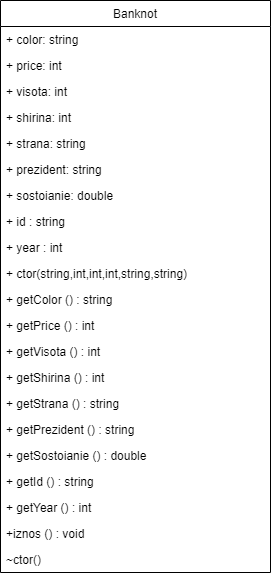
Earlier version of the draw.io export Untitled Diagram.drawio.png (Bel1for/banknot). Source tidied: cells renumbered, new cells last; positions are measured from the earlier drawing's top-left corner, leaving out a move shared by most shapes.
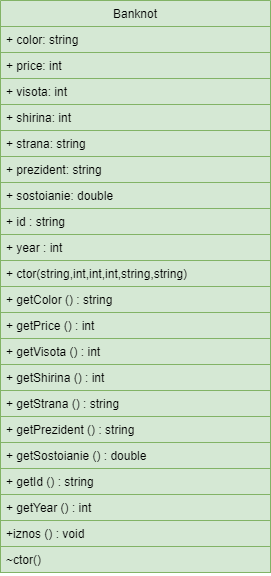
Later version of the same file.

Change to the diagram source:
```diff
@@ -2,70 +2,70 @@
   <root>
     <mxCell id="0" />
     <mxCell id="1" parent="0" />
-    <mxCell id="2" value="Banknot" style="swimlane;fontStyle=0;horizontal=1;startSize=26;fillColor=none;" parent="1" vertex="1">
+    <mxCell id="2" value="Banknot" style="swimlane;fontStyle=0;horizontal=1;startSize=26;fillColor=#d5e8d4;strokeColor=#82b366;" parent="1" vertex="1">
       <mxGeometry width="270" height="572" as="geometry" />
     </mxCell>
-    <mxCell id="3" value="+ color: string" style="text;strokeColor=none;fillColor=none;align=left;verticalAlign=top;spacingLeft=4;spacingRight=4;overflow=hidden;" parent="2" vertex="1">
+    <mxCell id="3" value="+ color: string" style="text;strokeColor=#82b366;fillColor=#d5e8d4;align=left;verticalAlign=top;spacingLeft=4;spacingRight=4;overflow=hidden;" parent="2" vertex="1">
       <mxGeometry y="26" width="270" height="26" as="geometry" />
     </mxCell>
-    <mxCell id="4" value="+ price: int " style="text;strokeColor=none;fillColor=none;align=left;verticalAlign=top;spacingLeft=4;spacingRight=4;overflow=hidden;" parent="2" vertex="1">
+    <mxCell id="4" value="+ price: int " style="text;strokeColor=#82b366;fillColor=#d5e8d4;align=left;verticalAlign=top;spacingLeft=4;spacingRight=4;overflow=hidden;" parent="2" vertex="1">
       <mxGeometry y="52" width="270" height="26" as="geometry" />
     </mxCell>
-    <mxCell id="5" value="+ visota: int " style="text;strokeColor=none;fillColor=none;align=left;verticalAlign=top;spacingLeft=4;spacingRight=4;overflow=hidden;" parent="2" vertex="1">
+    <mxCell id="5" value="+ visota: int " style="text;strokeColor=#82b366;fillColor=#d5e8d4;align=left;verticalAlign=top;spacingLeft=4;spacingRight=4;overflow=hidden;" parent="2" vertex="1">
       <mxGeometry y="78" width="270" height="26" as="geometry" />
     </mxCell>
-    <mxCell id="6" value="+ shirina: int " style="text;strokeColor=none;fillColor=none;align=left;verticalAlign=top;spacingLeft=4;spacingRight=4;overflow=hidden;" parent="2" vertex="1">
+    <mxCell id="6" value="+ shirina: int " style="text;strokeColor=#82b366;fillColor=#d5e8d4;align=left;verticalAlign=top;spacingLeft=4;spacingRight=4;overflow=hidden;" parent="2" vertex="1">
       <mxGeometry y="104" width="270" height="26" as="geometry" />
     </mxCell>
-    <mxCell id="7" value="+ strana: string  " style="text;strokeColor=none;fillColor=none;align=left;verticalAlign=top;spacingLeft=4;spacingRight=4;overflow=hidden;" parent="2" vertex="1">
+    <mxCell id="7" value="+ strana: string  " style="text;strokeColor=#82b366;fillColor=#d5e8d4;align=left;verticalAlign=top;spacingLeft=4;spacingRight=4;overflow=hidden;" parent="2" vertex="1">
       <mxGeometry y="130" width="270" height="26" as="geometry" />
     </mxCell>
-    <mxCell id="8" value="+ prezident: string&#10;" style="text;strokeColor=none;fillColor=none;align=left;verticalAlign=top;spacingLeft=4;spacingRight=4;overflow=hidden;" parent="2" vertex="1">
+    <mxCell id="8" value="+ prezident: string&#10;" style="text;strokeColor=#82b366;fillColor=#d5e8d4;align=left;verticalAlign=top;spacingLeft=4;spacingRight=4;overflow=hidden;" parent="2" vertex="1">
       <mxGeometry y="156" width="270" height="26" as="geometry" />
     </mxCell>
-    <mxCell id="9" value="+ sostoianie: double&#10;" style="text;strokeColor=none;fillColor=none;align=left;verticalAlign=top;spacingLeft=4;spacingRight=4;overflow=hidden;" parent="2" vertex="1">
+    <mxCell id="9" value="+ sostoianie: double&#10;" style="text;strokeColor=#82b366;fillColor=#d5e8d4;align=left;verticalAlign=top;spacingLeft=4;spacingRight=4;overflow=hidden;" parent="2" vertex="1">
       <mxGeometry y="182" width="270" height="26" as="geometry" />
     </mxCell>
-    <mxCell id="10" value="+ id : string &#10;" style="text;strokeColor=none;fillColor=none;align=left;verticalAlign=top;spacingLeft=4;spacingRight=4;overflow=hidden;" parent="2" vertex="1">
+    <mxCell id="10" value="+ id : string &#10;" style="text;strokeColor=#82b366;fillColor=#d5e8d4;align=left;verticalAlign=top;spacingLeft=4;spacingRight=4;overflow=hidden;" parent="2" vertex="1">
       <mxGeometry y="208" width="270" height="26" as="geometry" />
     </mxCell>
-    <mxCell id="11" value="+ year : int" style="text;strokeColor=none;fillColor=none;align=left;verticalAlign=top;spacingLeft=4;spacingRight=4;overflow=hidden;" parent="2" vertex="1">
+    <mxCell id="11" value="+ year : int" style="text;strokeColor=#82b366;fillColor=#d5e8d4;align=left;verticalAlign=top;spacingLeft=4;spacingRight=4;overflow=hidden;" parent="2" vertex="1">
       <mxGeometry y="234" width="270" height="26" as="geometry" />
     </mxCell>
-    <mxCell id="12" value="+ ctor(string,int,int,int,string,string)&#10;" style="text;strokeColor=none;fillColor=none;align=left;verticalAlign=top;spacingLeft=4;spacingRight=4;overflow=hidden;" parent="2" vertex="1">
+    <mxCell id="12" value="+ ctor(string,int,int,int,string,string)&#10;" style="text;strokeColor=#82b366;fillColor=#d5e8d4;align=left;verticalAlign=top;spacingLeft=4;spacingRight=4;overflow=hidden;" parent="2" vertex="1">
       <mxGeometry y="260" width="270" height="26" as="geometry" />
     </mxCell>
-    <mxCell id="13" value="+ getColor () : string" style="text;strokeColor=none;fillColor=none;align=left;verticalAlign=top;spacingLeft=4;spacingRight=4;overflow=hidden;" parent="2" vertex="1">
+    <mxCell id="13" value="+ getColor () : string" style="text;strokeColor=#82b366;fillColor=#d5e8d4;align=left;verticalAlign=top;spacingLeft=4;spacingRight=4;overflow=hidden;" parent="2" vertex="1">
       <mxGeometry y="286" width="270" height="26" as="geometry" />
     </mxCell>
-    <mxCell id="14" value="+ getPrice () : int&#10;" style="text;strokeColor=none;fillColor=none;align=left;verticalAlign=top;spacingLeft=4;spacingRight=4;overflow=hidden;" parent="2" vertex="1">
+    <mxCell id="14" value="+ getPrice () : int&#10;" style="text;strokeColor=#82b366;fillColor=#d5e8d4;align=left;verticalAlign=top;spacingLeft=4;spacingRight=4;overflow=hidden;" parent="2" vertex="1">
       <mxGeometry y="312" width="270" height="26" as="geometry" />
     </mxCell>
-    <mxCell id="15" value="+ getVisota () : int&#10;" style="text;strokeColor=none;fillColor=none;align=left;verticalAlign=top;spacingLeft=4;spacingRight=4;overflow=hidden;" parent="2" vertex="1">
+    <mxCell id="15" value="+ getVisota () : int&#10;" style="text;strokeColor=#82b366;fillColor=#d5e8d4;align=left;verticalAlign=top;spacingLeft=4;spacingRight=4;overflow=hidden;" parent="2" vertex="1">
       <mxGeometry y="338" width="270" height="26" as="geometry" />
     </mxCell>
-    <mxCell id="16" value="+ getShirina () : int&#10;" style="text;strokeColor=none;fillColor=none;align=left;verticalAlign=top;spacingLeft=4;spacingRight=4;overflow=hidden;" parent="2" vertex="1">
+    <mxCell id="16" value="+ getShirina () : int&#10;" style="text;strokeColor=#82b366;fillColor=#d5e8d4;align=left;verticalAlign=top;spacingLeft=4;spacingRight=4;overflow=hidden;" parent="2" vertex="1">
       <mxGeometry y="364" width="270" height="26" as="geometry" />
     </mxCell>
-    <mxCell id="17" value="+ getStrana () : string&#10;" style="text;strokeColor=none;fillColor=none;align=left;verticalAlign=top;spacingLeft=4;spacingRight=4;overflow=hidden;" parent="2" vertex="1">
+    <mxCell id="17" value="+ getStrana () : string&#10;" style="text;strokeColor=#82b366;fillColor=#d5e8d4;align=left;verticalAlign=top;spacingLeft=4;spacingRight=4;overflow=hidden;" parent="2" vertex="1">
       <mxGeometry y="390" width="270" height="26" as="geometry" />
     </mxCell>
-    <mxCell id="18" value="+ getPrezident () : string&#10;" style="text;strokeColor=none;fillColor=none;align=left;verticalAlign=top;spacingLeft=4;spacingRight=4;overflow=hidden;" parent="2" vertex="1">
+    <mxCell id="18" value="+ getPrezident () : string&#10;" style="text;strokeColor=#82b366;fillColor=#d5e8d4;align=left;verticalAlign=top;spacingLeft=4;spacingRight=4;overflow=hidden;" parent="2" vertex="1">
       <mxGeometry y="416" width="270" height="26" as="geometry" />
     </mxCell>
-    <mxCell id="19" value="+ getSostoianie () : double&#10;" style="text;strokeColor=none;fillColor=none;align=left;verticalAlign=top;spacingLeft=4;spacingRight=4;overflow=hidden;" parent="2" vertex="1">
+    <mxCell id="19" value="+ getSostoianie () : double&#10;" style="text;strokeColor=#82b366;fillColor=#d5e8d4;align=left;verticalAlign=top;spacingLeft=4;spacingRight=4;overflow=hidden;" parent="2" vertex="1">
       <mxGeometry y="442" width="270" height="26" as="geometry" />
     </mxCell>
-    <mxCell id="20" value="+ getId () : string" style="text;strokeColor=none;fillColor=none;align=left;verticalAlign=top;spacingLeft=4;spacingRight=4;overflow=hidden;" parent="2" vertex="1">
+    <mxCell id="20" value="+ getId () : string" style="text;strokeColor=#82b366;fillColor=#d5e8d4;align=left;verticalAlign=top;spacingLeft=4;spacingRight=4;overflow=hidden;" parent="2" vertex="1">
       <mxGeometry y="468" width="270" height="26" as="geometry" />
     </mxCell>
-    <mxCell id="21" value="+ getYear () : int" style="text;strokeColor=none;fillColor=none;align=left;verticalAlign=top;spacingLeft=4;spacingRight=4;overflow=hidden;" parent="2" vertex="1">
+    <mxCell id="21" value="+ getYear () : int" style="text;strokeColor=#82b366;fillColor=#d5e8d4;align=left;verticalAlign=top;spacingLeft=4;spacingRight=4;overflow=hidden;" parent="2" vertex="1">
       <mxGeometry y="494" width="270" height="26" as="geometry" />
     </mxCell>
-    <mxCell id="22" value="+iznos () : void" style="text;strokeColor=none;fillColor=none;align=left;verticalAlign=top;spacingLeft=4;spacingRight=4;overflow=hidden;" parent="2" vertex="1">
+    <mxCell id="22" value="+iznos () : void" style="text;strokeColor=#82b366;fillColor=#d5e8d4;align=left;verticalAlign=top;spacingLeft=4;spacingRight=4;overflow=hidden;" parent="2" vertex="1">
       <mxGeometry y="520" width="270" height="26" as="geometry" />
     </mxCell>
-    <mxCell id="23" value="~ctor() " style="text;strokeColor=none;fillColor=none;align=left;verticalAlign=top;spacingLeft=4;spacingRight=4;overflow=hidden;" parent="2" vertex="1">
+    <mxCell id="23" value="~ctor() " style="text;strokeColor=#82b366;fillColor=#d5e8d4;align=left;verticalAlign=top;spacingLeft=4;spacingRight=4;overflow=hidden;" parent="2" vertex="1">
       <mxGeometry y="546" width="270" height="26" as="geometry" />
     </mxCell>
   </root>
```
